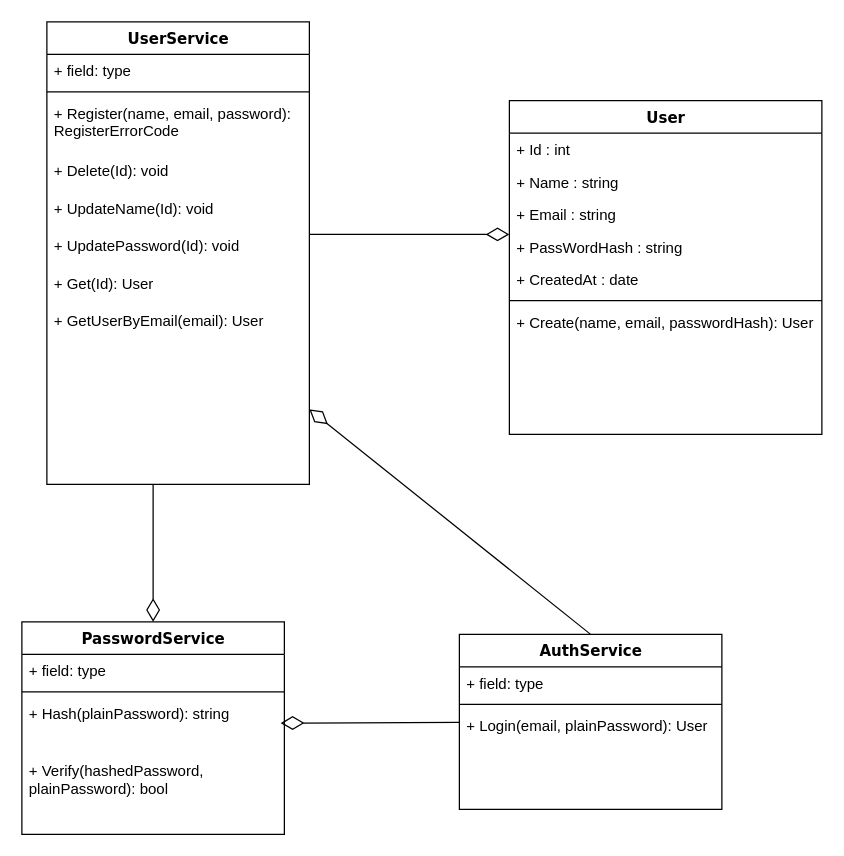
Before: App/Documents/ClassDiagram.drawio in KakoFujimoto/MinTwitterApp, a draw.io diagram. Source tidied: cells renumbered, new cells numbered last; positions are measured from the earlier drawing's top-left corner, leaving out a move shared by most shapes. Both pictures are drawn from the tidied source at 125%, with x=0, y=0 at pixel (21, 21).
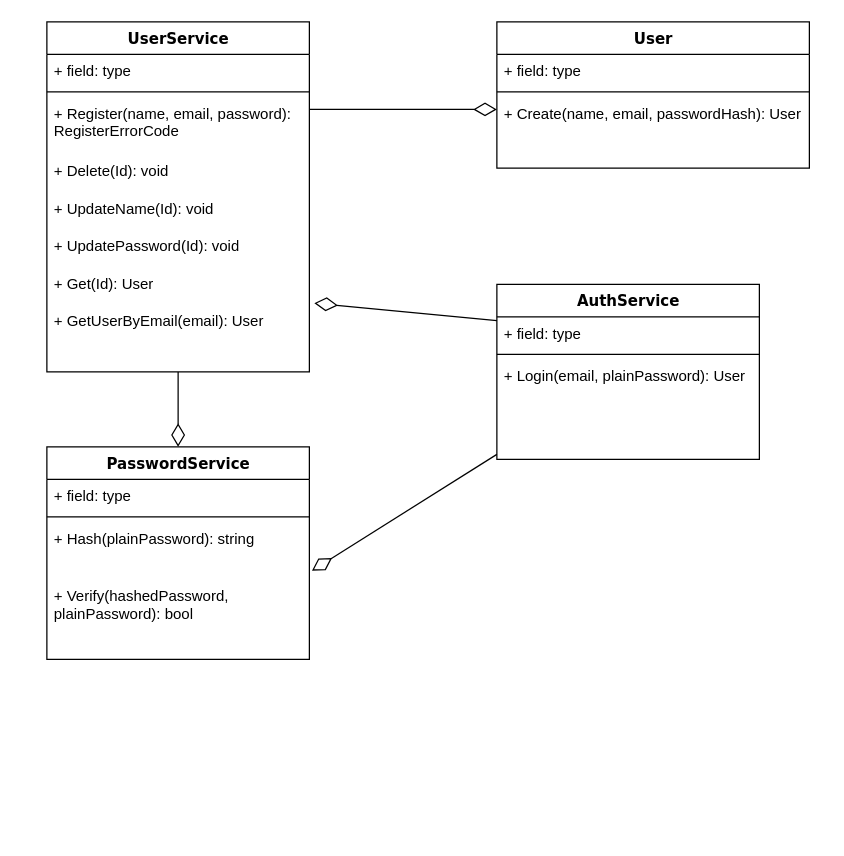
The same page after the edit.

The change refers to these unchanged cells:
```xml
<mxCell id="10" value="+ GetUserByEmail&lt;span style=&quot;color: rgb(0, 0, 0);&quot;&gt;(email)&lt;/span&gt;: User" style="text;html=1;strokeColor=none;fillColor=none;align=left;verticalAlign=top;spacingLeft=4;spacingRight=4;whiteSpace=wrap;overflow=hidden;points=[[0,0.5],[1,0.5]];portConstraint=eastwest;" parent="2" vertex="1">
  <mxGeometry y="226" width="210" height="30" as="geometry" />
</mxCell>
<mxCell id="24" value="+ Hash(plainPassword): string" style="text;html=1;strokeColor=none;fillColor=none;align=left;verticalAlign=top;spacingLeft=4;spacingRight=4;whiteSpace=wrap;overflow=hidden;points=[[0,0.5],[1,0.5]];portConstraint=eastwest;" parent="21" vertex="1">
  <mxGeometry y="60" width="210" height="46" as="geometry" />
</mxCell>
<mxCell id="28" value="+ field: type" style="text;html=1;strokeColor=none;fillColor=none;align=left;verticalAlign=top;spacingLeft=4;spacingRight=4;whiteSpace=wrap;overflow=hidden;points=[[0,0.5],[1,0.5]];portConstraint=eastwest;" parent="27" vertex="1">
  <mxGeometry y="26" width="210" height="26" as="geometry" />
</mxCell>
```

Change to the diagram source:
```diff
@@
+    <mxCell id="32" style="edgeStyle=none;html=1;exitX=0.5;exitY=1;exitDx=0;exitDy=0;endArrow=diamondThin;endFill=0;endSize=16;" parent="1" edge="1" source="2" target="21">
+      <mxGeometry relative="1" as="geometry" />
+    </mxCell>
     <mxCell id="2" value="UserService" style="swimlane;html=1;fontStyle=1;align=center;verticalAlign=top;horizontal=1;startSize=26;swimlaneFillColor=#ffffff;rounded=0;shadow=0;comic=0;labelBackgroundColor=none;strokeWidth=1;fillColor=none;fontFamily=Verdana;fontSize=12;" parent="1" vertex="1">
-      <mxGeometry x="20" width="210" height="370" as="geometry" />
+      <mxGeometry x="20" width="210" height="280" as="geometry" />
     </mxCell>
@@
     <mxCell id="11" value="User" style="swimlane;html=1;fontStyle=1;align=center;verticalAlign=top;horizontal=1;startSize=26;swimlaneFillColor=#ffffff;rounded=0;shadow=0;comic=0;labelBackgroundColor=none;strokeWidth=1;fillColor=none;fontFamily=Verdana;fontSize=12;" parent="1" vertex="1">
-      <mxGeometry x="390" y="63" width="250" height="267" as="geometry" />
+      <mxGeometry x="380" width="250" height="117" as="geometry" />
     </mxCell>
-    <mxCell id="12" value="+ Id : int" style="text;html=1;strokeColor=none;fillColor=none;align=left;verticalAlign=top;spacingLeft=4;spacingRight=4;whiteSpace=wrap;overflow=hidden;" parent="11" vertex="1">
-      <mxGeometry y="26" width="250" height="26" as="geometry" />
-    </mxCell>
-    <mxCell id="13" value="+ Name : string" style="text;html=1;strokeColor=none;fillColor=none;align=left;verticalAlign=top;spacingLeft=4;spacingRight=4;whiteSpace=wrap;overflow=hidden;" parent="11" vertex="1">
-      <mxGeometry y="52" width="250" height="26" as="geometry" />
-    </mxCell>
-    <mxCell id="14" value="+ Email : string" style="text;html=1;strokeColor=none;fillColor=none;align=left;verticalAlign=top;spacingLeft=4;spacingRight=4;whiteSpace=wrap;overflow=hidden;" parent="11" vertex="1">
-      <mxGeometry y="78" width="250" height="26" as="geometry" />
-    </mxCell>
-    <mxCell id="15" value="+ PassWordHash : string" style="text;html=1;strokeColor=none;fillColor=none;align=left;verticalAlign=top;spacingLeft=4;spacingRight=4;whiteSpace=wrap;overflow=hidden;" parent="11" vertex="1">
-      <mxGeometry y="104" width="250" height="26" as="geometry" />
-    </mxCell>
-    <mxCell id="16" value="+ CreatedAt : date" style="text;html=1;strokeColor=none;fillColor=none;align=left;verticalAlign=top;spacingLeft=4;spacingRight=4;whiteSpace=wrap;overflow=hidden;" parent="11" vertex="1">
-      <mxGeometry y="130" width="250" height="26" as="geometry" />
-    </mxCell>
+    <mxCell id="33" value="+ field: type" style="text;html=1;strokeColor=none;fillColor=none;align=left;verticalAlign=top;spacingLeft=4;spacingRight=4;whiteSpace=wrap;overflow=hidden;" parent="11" vertex="1">
+      <mxGeometry y="26" width="250" height="26" as="geometry" />
+    </mxCell>
     <mxCell id="17" style="line;html=1;strokeWidth=1;fillColor=none;align=left;verticalAlign=middle;spacingTop=-1;spacingLeft=3;spacingRight=3;labelPosition=right;" parent="11" vertex="1">
-      <mxGeometry y="156" width="250" height="8" as="geometry" />
+      <mxGeometry y="52" width="250" height="8" as="geometry" />
     </mxCell>
     <mxCell id="18" value="+ Create(name, email, passwordHash): User" style="text;html=1;strokeColor=none;fillColor=none;align=left;verticalAlign=top;spacingLeft=4;spacingRight=4;whiteSpace=wrap;overflow=hidden;" parent="11" vertex="1">
-      <mxGeometry y="164" width="250" height="50" as="geometry" />
+      <mxGeometry y="60" width="250" height="50" as="geometry" />
     </mxCell>
     <mxCell id="19" style="edgeStyle=elbowEdgeStyle;html=1;labelBackgroundColor=none;startFill=0;startSize=8;endArrow=diamondThin;endFill=0;endSize=16;fontFamily=Verdana;fontSize=12;elbow=vertical;" parent="1" edge="1" source="2">
       <mxGeometry relative="1" as="geometry">
-        <mxPoint x="390" y="170" as="targetPoint" />
+        <mxPoint x="380" y="70" as="targetPoint" />
       </mxGeometry>
     </mxCell>
-    <mxCell id="20" style="edgeStyle=none;html=1;endArrow=none;endFill=0;startArrow=diamondThin;startFill=0;startSize=16;" parent="1" edge="1" source="21">
-      <mxGeometry relative="1" as="geometry">
-        <mxPoint x="105" y="370" as="targetPoint" />
-      </mxGeometry>
-    </mxCell>
     <mxCell id="21" value="PasswordService" style="swimlane;html=1;fontStyle=1;align=center;verticalAlign=top;horizontal=1;startSize=26;swimlaneFillColor=#ffffff;rounded=0;shadow=0;comic=0;labelBackgroundColor=none;strokeWidth=1;fillColor=none;fontFamily=Verdana;fontSize=12;" parent="1" vertex="1">
-      <mxGeometry y="480" width="210" height="170" as="geometry" />
+      <mxGeometry x="20" y="340" width="210" height="170" as="geometry" />
     </mxCell>
@@
-    <mxCell id="26" style="edgeStyle=none;html=1;exitX=0.5;exitY=0;exitDx=0;exitDy=0;endArrow=diamondThin;endFill=0;endSize=16;" parent="1" edge="1" source="27">
-      <mxGeometry relative="1" as="geometry">
-        <mxPoint x="230" y="310" as="targetPoint" />
-      </mxGeometry>
-    </mxCell>
     <mxCell id="27" value="AuthService" style="swimlane;html=1;fontStyle=1;align=center;verticalAlign=top;horizontal=1;startSize=26;swimlaneFillColor=#ffffff;rounded=0;shadow=0;comic=0;labelBackgroundColor=none;strokeWidth=1;fillColor=none;fontFamily=Verdana;fontSize=12;" parent="1" vertex="1">
-      <mxGeometry x="350" y="490" width="210" height="140" as="geometry" />
+      <mxGeometry x="380" y="210" width="210" height="140" as="geometry" />
     </mxCell>
@@
-    <mxCell id="31" style="edgeStyle=none;html=1;entryX=0.986;entryY=1.115;entryDx=0;entryDy=0;entryPerimeter=0;endArrow=diamondThin;endFill=0;endSize=16;" parent="1" edge="1" source="27">
-      <mxGeometry relative="1" as="geometry">
-        <mxPoint x="207.1" y="561" as="targetPoint" />
-      </mxGeometry>
-    </mxCell>
+    <mxCell id="34" style="edgeStyle=none;html=1;entryX=1.019;entryY=-0.033;entryDx=0;entryDy=0;entryPerimeter=0;endArrow=diamondThin;endFill=0;endSize=16;" parent="1" edge="1" source="28" target="10">
+      <mxGeometry relative="1" as="geometry" />
+    </mxCell>
+    <mxCell id="35" style="edgeStyle=none;html=1;entryX=1.01;entryY=0.848;entryDx=0;entryDy=0;entryPerimeter=0;endArrow=diamondThin;endFill=0;endSize=16;" parent="1" edge="1" source="27" target="24">
+      <mxGeometry relative="1" as="geometry" />
+    </mxCell>
```
